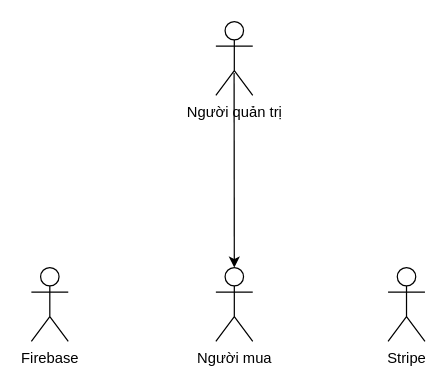
This is Diagram/Users.drawio from DiagaticSnith/goshop, a draw.io file, before an edit. Source tidied: cells renumbered, new cells numbered last; positions are measured from the earlier drawing's top-left corner, leaving out a move shared by most shapes. Both pictures are drawn from the tidied source at 123%, with x=0, y=0 at pixel (31, 21).
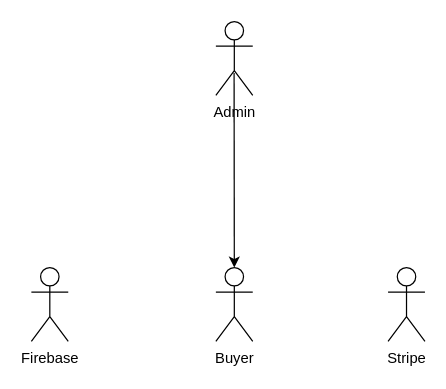
After the change.

Diff of the diagram source:
```diff
@@
 <mxGraphModel>
   <root>
     <mxCell id="0" />
     <mxCell id="1" parent="0" />
-    <mxCell id="2" value="Người quản trị" style="shape=umlActor;verticalLabelPosition=bottom;verticalAlign=top;html=1;" parent="1" vertex="1">
+    <mxCell id="2" value="Admin" style="shape=umlActor;verticalLabelPosition=bottom;verticalAlign=top;html=1;" parent="1" vertex="1">
       <mxGeometry x="150" width="30" height="60" as="geometry" />
     </mxCell>
-    <mxCell id="3" value="Người mua" style="shape=umlActor;verticalLabelPosition=bottom;verticalAlign=top;html=1;" parent="1" vertex="1">
+    <mxCell id="3" value="Buyer" style="shape=umlActor;verticalLabelPosition=bottom;verticalAlign=top;html=1;" parent="1" vertex="1">
       <mxGeometry x="150" y="200" width="30" height="60" as="geometry" />
     </mxCell>
     <mxCell id="4" value="Stripe" style="shape=umlActor;verticalLabelPosition=bottom;verticalAlign=top;html=1;" parent="1" vertex="1">
       <mxGeometry x="290" y="200" width="30" height="60" as="geometry" />
     </mxCell>
     <mxCell id="5" value="Firebase" style="shape=umlActor;verticalLabelPosition=bottom;verticalAlign=top;html=1;" parent="1" vertex="1">
       <mxGeometry y="200" width="30" height="60" as="geometry" />
     </mxCell>
     <mxCell id="6" style="endArrow=classic;html=1;rounded=0;exitX=0.494;exitY=0.696;exitDx=0;exitDy=0;exitPerimeter=0;entryX=0.5;entryY=0;entryDx=0;entryDy=0;entryPerimeter=0;" parent="1" edge="1" source="2" target="3">
       <mxGeometry relative="1" as="geometry" />
     </mxCell>
   </root>
 </mxGraphModel>
```
